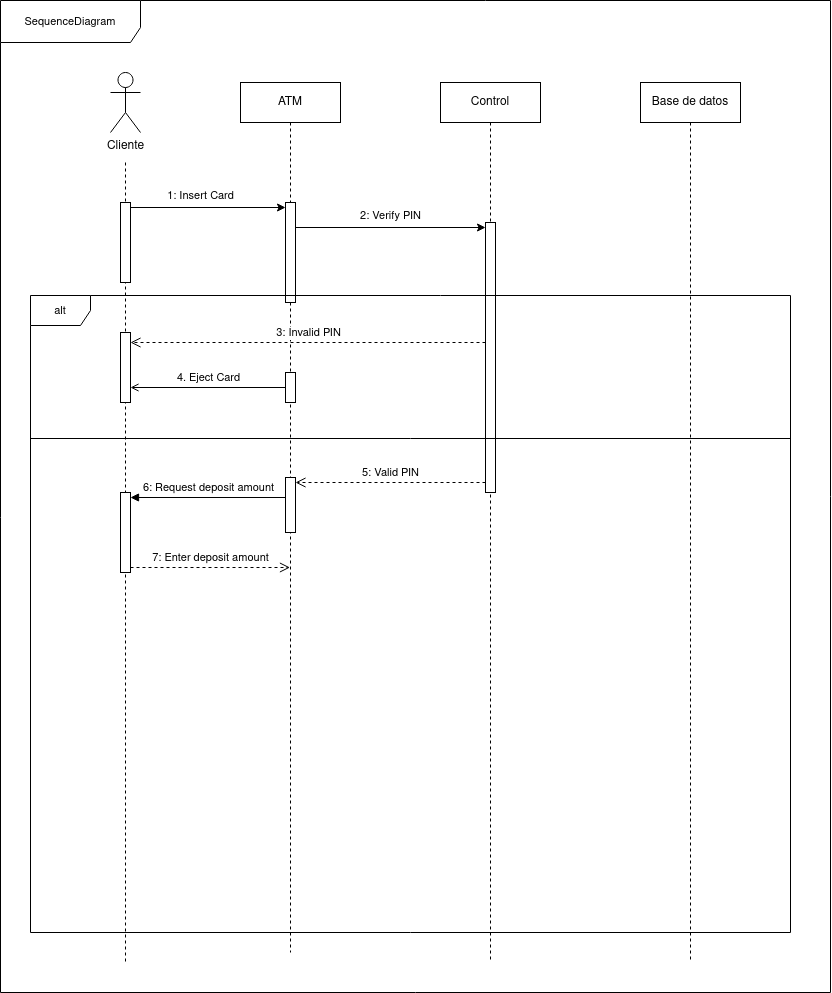
The draw.io diagram diagramas_secuencias/cajero-automatico/diagrama-secuencias-cajero-automatico.drawio.png in JesusLugo2002/ETS, before a commit. Source tidied: cells renumbered, new cells last; positions are measured from the earlier drawing's top-left corner, leaving out a move shared by most shapes.
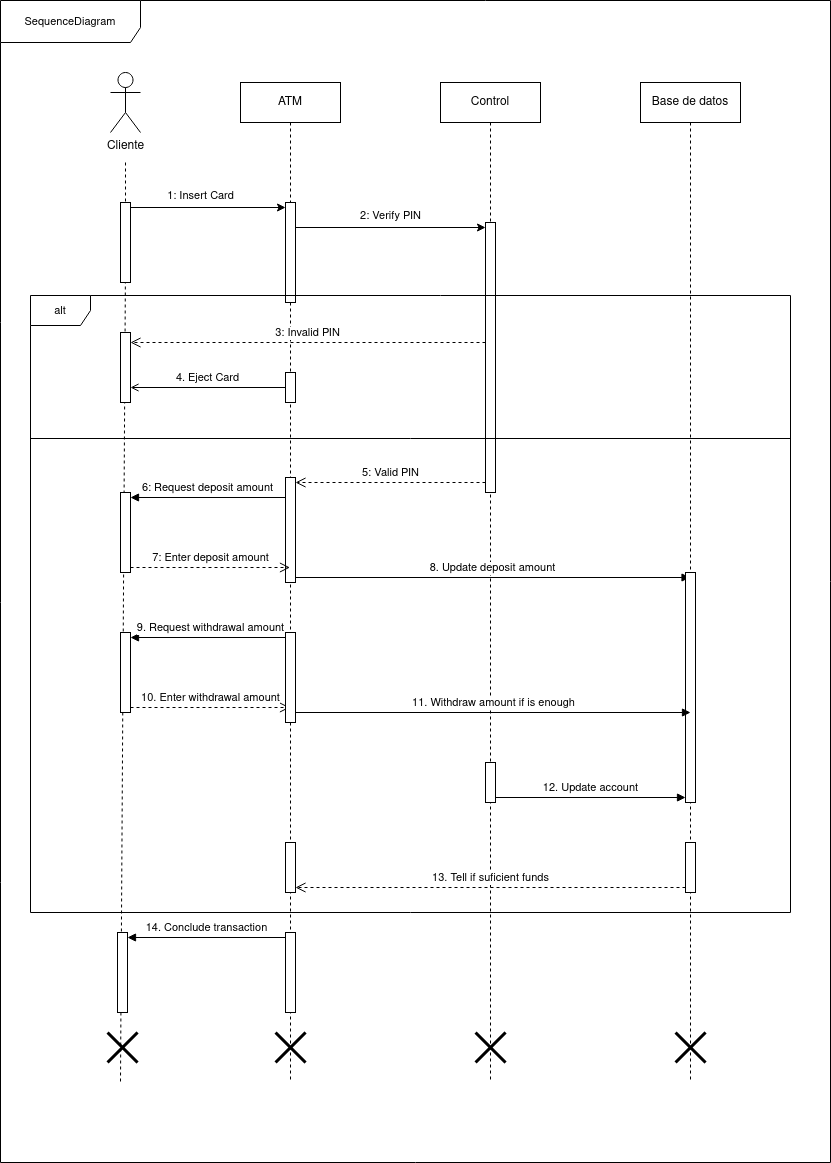
After the change.

Diff of the diagram source:
```diff
@@ -3,24 +3,24 @@
     <mxCell id="0" />
     <mxCell id="1" parent="0" />
     <mxCell id="2" value="ATM" style="shape=umlLifeline;perimeter=lifelinePerimeter;whiteSpace=wrap;html=1;outlineConnect=0;portConstraint=eastwest;newEdgeStyle={&quot;curved&quot;:0,&quot;rounded&quot;:0};" parent="1" vertex="1">
-      <mxGeometry x="240" y="82" width="100" height="870" as="geometry" />
+      <mxGeometry x="240" y="82" width="100" height="1000" as="geometry" />
     </mxCell>
     <mxCell id="3" style="html=1;points=[[0,0,0,0,5],[0,1,0,0,-5],[1,0,0,0,5],[1,1,0,0,-5]];perimeter=orthogonalPerimeter;outlineConnect=0;targetShapes=umlLifeline;portConstraint=eastwest;newEdgeStyle={&quot;curved&quot;:0,&quot;rounded&quot;:0};" parent="2" vertex="1">
       <mxGeometry x="45" y="120" width="10" height="100" as="geometry" />
     </mxCell>
     <mxCell id="4" value="Control" style="shape=umlLifeline;perimeter=lifelinePerimeter;whiteSpace=wrap;html=1;newEdgeStyle={&quot;curved&quot;:0,&quot;rounded&quot;:0};" parent="1" vertex="1">
-      <mxGeometry x="440" y="82" width="100" height="880" as="geometry" />
+      <mxGeometry x="440" y="82" width="100" height="1000" as="geometry" />
     </mxCell>
     <mxCell id="5" style="html=1;points=[[0,0,0,0,5],[0,1,0,0,-5],[1,0,0,0,5],[1,1,0,0,-5]];perimeter=orthogonalPerimeter;outlineConnect=0;targetShapes=umlLifeline;portConstraint=eastwest;newEdgeStyle={&quot;curved&quot;:0,&quot;rounded&quot;:0};" parent="4" vertex="1">
       <mxGeometry x="45" y="140" width="10" height="270" as="geometry" />
     </mxCell>
     <mxCell id="6" value="Base de datos" style="shape=umlLifeline;perimeter=lifelinePerimeter;whiteSpace=wrap;html=1;outlineConnect=0;portConstraint=eastwest;newEdgeStyle={&quot;curved&quot;:0,&quot;rounded&quot;:0};" parent="1" vertex="1">
-      <mxGeometry x="640" y="82" width="100" height="880" as="geometry" />
+      <mxGeometry x="640" y="82" width="100" height="1000" as="geometry" />
     </mxCell>
     <mxCell id="7" style="rounded=0;orthogonalLoop=1;jettySize=auto;html=1;dashed=1;endArrow=none;endFill=0;" parent="1" edge="1">
       <mxGeometry relative="1" as="geometry">
         <mxPoint x="125" y="262" as="sourcePoint" />
-        <mxPoint x="125" y="962" as="targetPoint" />
+        <mxPoint x="120" y="1082" as="targetPoint" />
       </mxGeometry>
     </mxCell>
     <mxCell id="8" value="Cliente" style="shape=umlActor;verticalLabelPosition=bottom;verticalAlign=top;html=1;" parent="1" vertex="1">
@@ -54,10 +54,10 @@
       </mxGeometry>
     </mxCell>
     <mxCell id="16" value="&lt;div&gt;alt&lt;/div&gt;" style="shape=umlFrame;whiteSpace=wrap;html=1;fontFamily=Helvetica;fontSize=11;fontColor=default;" parent="1" vertex="1">
-      <mxGeometry x="30" y="295" width="760" height="637" as="geometry" />
+      <mxGeometry x="30" y="295" width="760" height="617" as="geometry" />
     </mxCell>
     <mxCell id="17" value="&lt;div&gt;SequenceDiagram&lt;/div&gt;" style="shape=umlFrame;whiteSpace=wrap;html=1;fontFamily=Helvetica;fontSize=11;fontColor=default;width=140;height=42;" parent="1" vertex="1">
-      <mxGeometry width="830" height="992" as="geometry" />
+      <mxGeometry width="830" height="1162" as="geometry" />
     </mxCell>
     <mxCell id="18" style="html=1;points=[[0,0,0,0,5],[0,1,0,0,-5],[1,0,0,0,5],[1,1,0,0,-5]];perimeter=orthogonalPerimeter;outlineConnect=0;targetShapes=umlLifeline;portConstraint=eastwest;newEdgeStyle={&quot;curved&quot;:0,&quot;rounded&quot;:0};fontFamily=Helvetica;fontSize=11;fontColor=default;" parent="1" vertex="1">
       <mxGeometry x="120" y="332" width="10" height="70" as="geometry" />
@@ -72,7 +72,7 @@
       <mxGeometry relative="1" as="geometry" />
     </mxCell>
     <mxCell id="22" style="html=1;points=[[0,0,0,0,5],[0,1,0,0,-5],[1,0,0,0,5],[1,1,0,0,-5]];perimeter=orthogonalPerimeter;outlineConnect=0;targetShapes=umlLifeline;portConstraint=eastwest;newEdgeStyle={&quot;curved&quot;:0,&quot;rounded&quot;:0};fontFamily=Helvetica;fontSize=11;fontColor=default;" parent="1" vertex="1">
-      <mxGeometry x="285" y="477" width="10" height="55" as="geometry" />
+      <mxGeometry x="285" y="477" width="10" height="105" as="geometry" />
     </mxCell>
     <mxCell id="23" value="5: Valid PIN" style="html=1;verticalAlign=bottom;endArrow=open;dashed=1;endSize=8;curved=0;rounded=0;labelBackgroundColor=default;strokeColor=default;align=center;fontFamily=Helvetica;fontSize=11;fontColor=default;shape=connector;" parent="1" edge="1" source="5">
       <mxGeometry relative="1" as="geometry">
@@ -88,5 +88,65 @@
     <mxCell id="26" value="7: Enter deposit amount" style="html=1;verticalAlign=bottom;endArrow=open;dashed=1;endSize=8;curved=0;rounded=0;exitX=1;exitY=1;exitDx=0;exitDy=-5;labelBackgroundColor=default;strokeColor=default;align=center;fontFamily=Helvetica;fontSize=11;fontColor=default;shape=connector;" parent="1" edge="1" source="24" target="2">
       <mxGeometry relative="1" as="geometry" />
     </mxCell>
+    <mxCell id="27" style="html=1;points=[[0,0,0,0,5],[0,1,0,0,-5],[1,0,0,0,5],[1,1,0,0,-5]];perimeter=orthogonalPerimeter;outlineConnect=0;targetShapes=umlLifeline;portConstraint=eastwest;newEdgeStyle={&quot;curved&quot;:0,&quot;rounded&quot;:0};" parent="1" vertex="1">
+      <mxGeometry x="120" y="632" width="10" height="80" as="geometry" />
+    </mxCell>
+    <mxCell id="28" value="&lt;div&gt;9. Request withdrawal amount&lt;/div&gt;" style="html=1;verticalAlign=bottom;endArrow=block;curved=0;rounded=0;entryX=1;entryY=0;entryDx=0;entryDy=5;" parent="1" edge="1" source="2" target="27">
+      <mxGeometry relative="1" as="geometry" />
+    </mxCell>
+    <mxCell id="29" value="&lt;div&gt;10. Enter withdrawal amount&lt;/div&gt;" style="html=1;verticalAlign=bottom;endArrow=open;dashed=1;endSize=8;curved=0;rounded=0;exitX=1;exitY=1;exitDx=0;exitDy=-5;" parent="1" edge="1" source="27" target="2">
+      <mxGeometry relative="1" as="geometry" />
+    </mxCell>
+    <mxCell id="30" style="html=1;perimeter=orthogonalPerimeter;targetShapes=umlLifeline;newEdgeStyle={&quot;curved&quot;:0,&quot;rounded&quot;:0};" parent="1" vertex="1">
+      <mxGeometry x="285" y="632" width="10" height="90" as="geometry" />
+    </mxCell>
+    <mxCell id="31" value="&lt;div&gt;8. Update deposit amount&lt;/div&gt;" style="html=1;verticalAlign=bottom;endArrow=block;curved=0;rounded=0;exitX=1;exitY=1;exitDx=0;exitDy=-5;exitPerimeter=0;" parent="1" edge="1" source="22" target="6">
+      <mxGeometry relative="1" as="geometry" />
+    </mxCell>
+    <mxCell id="32" style="html=1;points=[[0,0,0,0,5],[0,1,0,0,-5],[1,0,0,0,5],[1,1,0,0,-5]];perimeter=orthogonalPerimeter;outlineConnect=0;targetShapes=umlLifeline;portConstraint=eastwest;newEdgeStyle={&quot;curved&quot;:0,&quot;rounded&quot;:0};" parent="1" vertex="1">
+      <mxGeometry x="685" y="572" width="10" height="230" as="geometry" />
+    </mxCell>
+    <mxCell id="33" value="11. Withdraw amount if is enough" style="html=1;verticalAlign=bottom;endArrow=block;curved=0;rounded=0;exitX=1;exitY=1;exitDx=0;exitDy=-5;exitPerimeter=0;" parent="1" edge="1">
+      <mxGeometry relative="1" as="geometry">
+        <mxPoint x="295" y="712" as="sourcePoint" />
+        <mxPoint x="690" y="712" as="targetPoint" />
+      </mxGeometry>
+    </mxCell>
+    <mxCell id="34" style="html=1;points=[[0,0,0,0,5],[0,1,0,0,-5],[1,0,0,0,5],[1,1,0,0,-5]];perimeter=orthogonalPerimeter;outlineConnect=0;targetShapes=umlLifeline;portConstraint=eastwest;newEdgeStyle={&quot;curved&quot;:0,&quot;rounded&quot;:0};" parent="1" vertex="1">
+      <mxGeometry x="485" y="762" width="10" height="40" as="geometry" />
+    </mxCell>
+    <mxCell id="35" value="&lt;div&gt;12. Update account&lt;/div&gt;" style="html=1;verticalAlign=bottom;endArrow=block;curved=0;rounded=0;entryX=0;entryY=1;entryDx=0;entryDy=-5;entryPerimeter=0;exitX=1;exitY=1;exitDx=0;exitDy=-5;exitPerimeter=0;" parent="1" edge="1" source="34" target="32">
+      <mxGeometry relative="1" as="geometry" />
+    </mxCell>
+    <mxCell id="36" style="html=1;points=[[0,0,0,0,5],[0,1,0,0,-5],[1,0,0,0,5],[1,1,0,0,-5]];perimeter=orthogonalPerimeter;outlineConnect=0;targetShapes=umlLifeline;portConstraint=eastwest;newEdgeStyle={&quot;curved&quot;:0,&quot;rounded&quot;:0};" parent="1" vertex="1">
+      <mxGeometry x="685" y="842" width="10" height="50" as="geometry" />
+    </mxCell>
+    <mxCell id="37" style="html=1;points=[[0,0,0,0,5],[0,1,0,0,-5],[1,0,0,0,5],[1,1,0,0,-5]];perimeter=orthogonalPerimeter;outlineConnect=0;targetShapes=umlLifeline;portConstraint=eastwest;newEdgeStyle={&quot;curved&quot;:0,&quot;rounded&quot;:0};" parent="1" vertex="1">
+      <mxGeometry x="285" y="842" width="10" height="50" as="geometry" />
+    </mxCell>
+    <mxCell id="38" value="13. Tell if suficient funds" style="html=1;verticalAlign=bottom;endArrow=open;dashed=1;endSize=8;curved=0;rounded=0;entryX=1;entryY=1;entryDx=0;entryDy=-5;entryPerimeter=0;exitX=0;exitY=1;exitDx=0;exitDy=-5;exitPerimeter=0;" parent="1" edge="1" source="36" target="37">
+      <mxGeometry relative="1" as="geometry" />
+    </mxCell>
+    <mxCell id="39" style="html=1;points=[[0,0,0,0,5],[0,1,0,0,-5],[1,0,0,0,5],[1,1,0,0,-5]];perimeter=orthogonalPerimeter;outlineConnect=0;targetShapes=umlLifeline;portConstraint=eastwest;newEdgeStyle={&quot;curved&quot;:0,&quot;rounded&quot;:0};" parent="1" vertex="1">
+      <mxGeometry x="117" y="932" width="10" height="80" as="geometry" />
+    </mxCell>
+    <mxCell id="40" value="&lt;div&gt;14. Conclude transaction&lt;/div&gt;" style="html=1;verticalAlign=bottom;endArrow=block;curved=0;rounded=0;entryX=1;entryY=0;entryDx=0;entryDy=5;" parent="1" edge="1" source="41" target="39">
+      <mxGeometry relative="1" as="geometry" />
+    </mxCell>
+    <mxCell id="41" style="html=1;points=[[0,0,0,0,5],[0,1,0,0,-5],[1,0,0,0,5],[1,1,0,0,-5]];perimeter=orthogonalPerimeter;outlineConnect=0;targetShapes=umlLifeline;portConstraint=eastwest;newEdgeStyle={&quot;curved&quot;:0,&quot;rounded&quot;:0};" parent="1" vertex="1">
+      <mxGeometry x="285" y="932" width="10" height="80" as="geometry" />
+    </mxCell>
+    <mxCell id="42" style="shape=umlDestroy;whiteSpace=wrap;html=1;strokeWidth=3;targetShapes=umlLifeline;" parent="1" vertex="1">
+      <mxGeometry x="475" y="1032" width="30" height="30" as="geometry" />
+    </mxCell>
+    <mxCell id="43" style="shape=umlDestroy;whiteSpace=wrap;html=1;strokeWidth=3;targetShapes=umlLifeline;" parent="1" vertex="1">
+      <mxGeometry x="675" y="1032" width="30" height="30" as="geometry" />
+    </mxCell>
+    <mxCell id="44" style="shape=umlDestroy;whiteSpace=wrap;html=1;strokeWidth=3;targetShapes=umlLifeline;" parent="1" vertex="1">
+      <mxGeometry x="107" y="1032" width="30" height="30" as="geometry" />
+    </mxCell>
+    <mxCell id="45" style="shape=umlDestroy;whiteSpace=wrap;html=1;strokeWidth=3;targetShapes=umlLifeline;" parent="1" vertex="1">
+      <mxGeometry x="275" y="1032" width="30" height="30" as="geometry" />
+    </mxCell>
   </root>
 </mxGraphModel>
```
